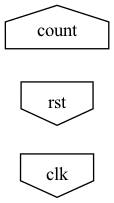
Before: counter.png, a diagram exported from Graphviz (gokatharun/LabNeura). Its source is kept beside it as counter.dot.
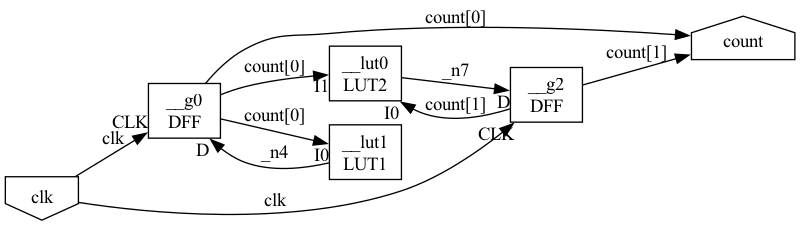
After the change.

Diff of the diagram source:
```diff
@@ -1,6 +1,18 @@
 digraph "counter_4bit" {
   rankdir=LR;
   "port:clk" [shape=invhouse, label="clk"];
-  "port:rst" [shape=invhouse, label="rst"];
   "port:count" [shape=house, label="count"];
+  "__g0" [shape=box, label="__g0\nDFF"];
+  "__g2" [shape=box, label="__g2\nDFF"];
+  "__lut0" [shape=box, label="__lut0\nLUT2"];
+  "__lut1" [shape=box, label="__lut1\nLUT1"];
+  "__lut1" -> "__g0" [label="_n4", headlabel="D"];
+  "__lut0" -> "__g2" [label="_n7", headlabel="D"];
+  "port:clk" -> "__g0" [label="clk", headlabel="CLK"];
+  "port:clk" -> "__g2" [label="clk", headlabel="CLK"];
+  "__g0" -> "port:count" [label="count[0]", headlabel=""];
+  "__g0" -> "__lut0" [label="count[0]", headlabel="I1"];
+  "__g0" -> "__lut1" [label="count[0]", headlabel="I0"];
+  "__g2" -> "port:count" [label="count[1]", headlabel=""];
+  "__g2" -> "__lut0" [label="count[1]", headlabel="I0"];
 }
```
